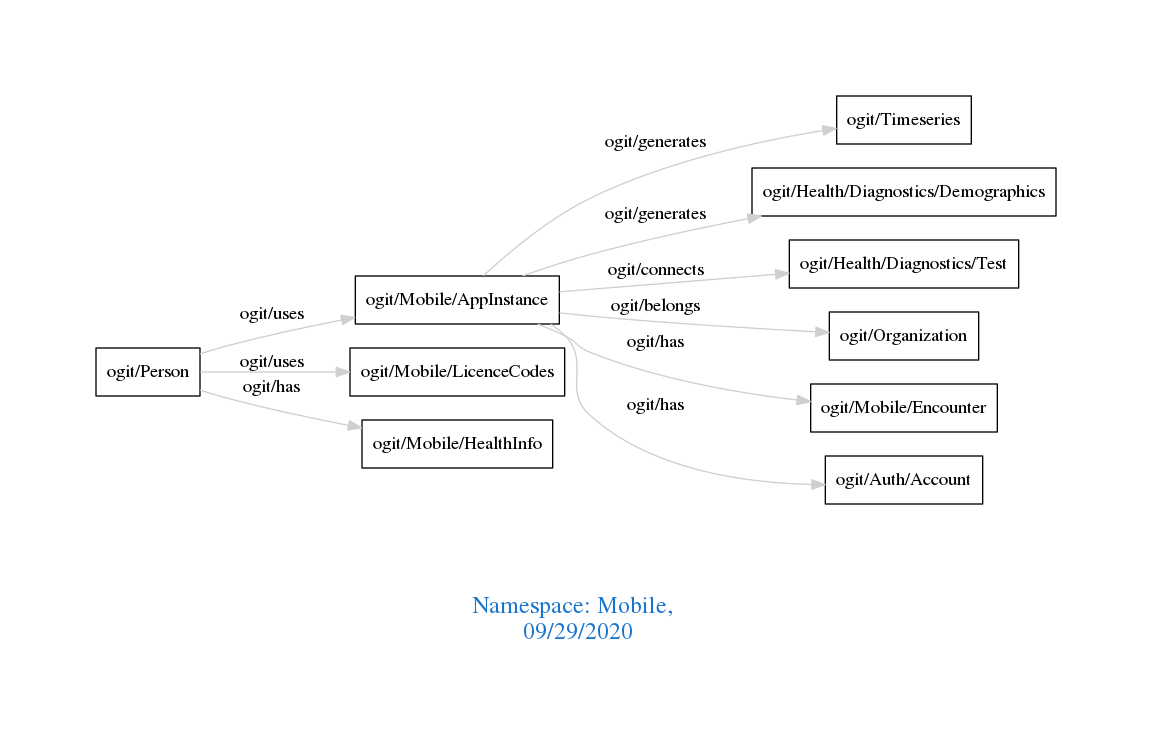
arago/OGIT keeps this Graphviz diagram as downloads/Mobile.png. Above is the earlier version. Its source is kept beside it as downloads/Mobile.dot.
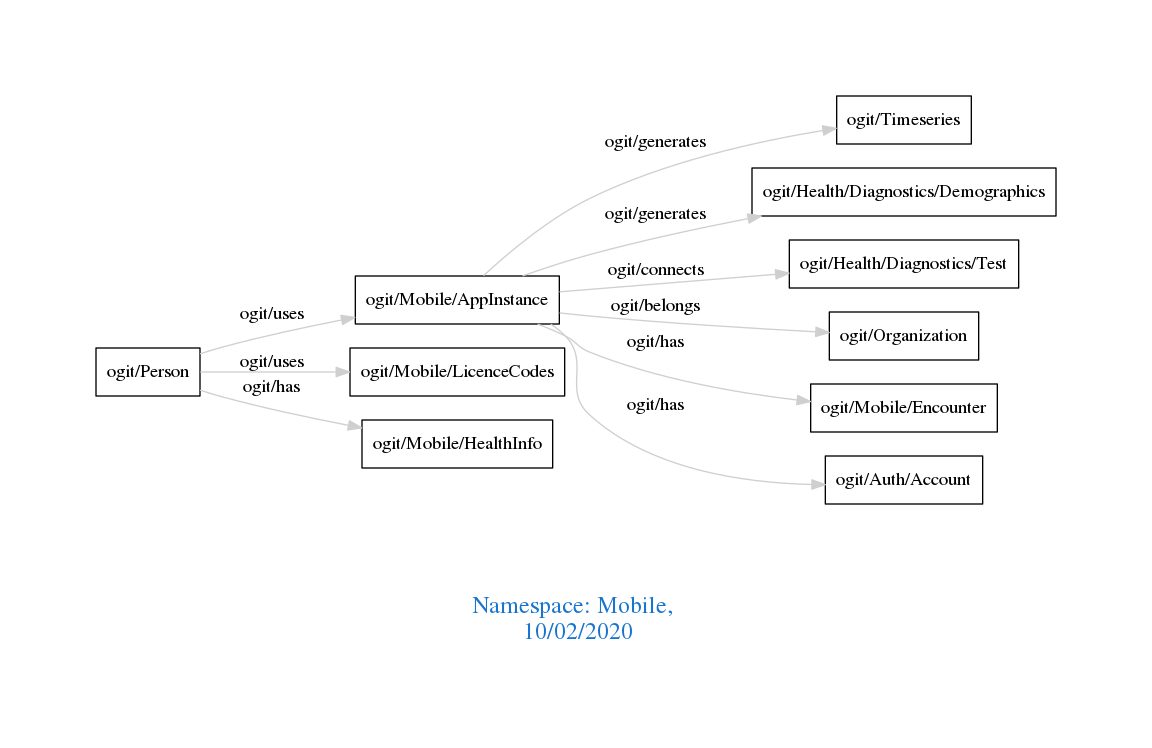
After the commit.

Diff of the diagram source:
```diff
@@ -1,7 +1,7 @@
 digraph OGIT_ontology {
  graph [ rankdir= LR,pad=1
 fontsize = 18,
-fontcolor= dodgerblue3,label = "\n\n\nNamespace: Mobile, \n 09/29/2020"];
+fontcolor= dodgerblue3,label = "\n\n\nNamespace: Mobile, \n 10/02/2020"];
 node[shape=polygon];
 edge [  color="gray81"];
 
```
